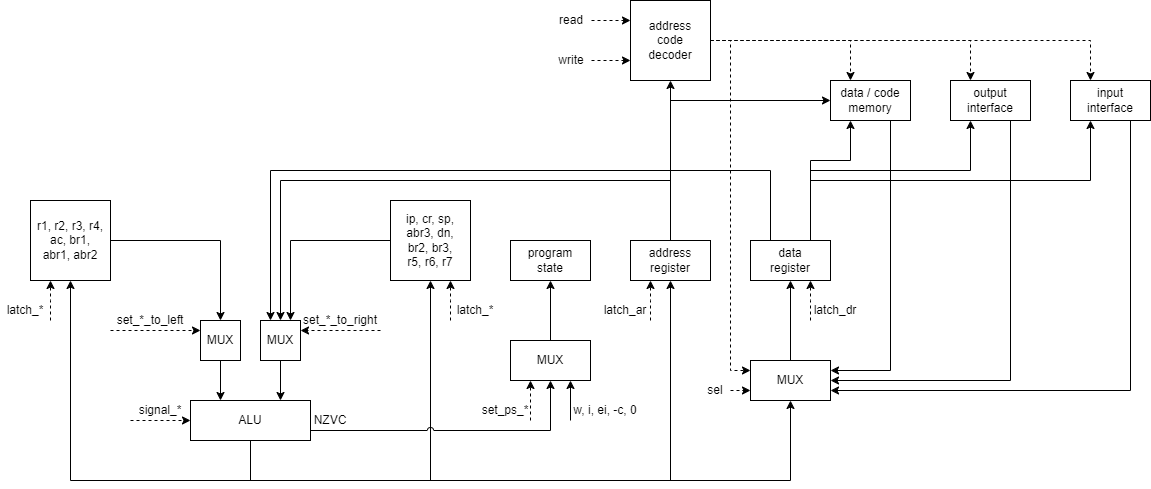
Above: schemas/data_path_v2.png in PashcalE2/CSA_lab3 (draw.io), before the change. Source tidied: cells renumbered, new cells last; positions are measured from the earlier drawing's top-left corner, leaving out a move shared by most shapes.
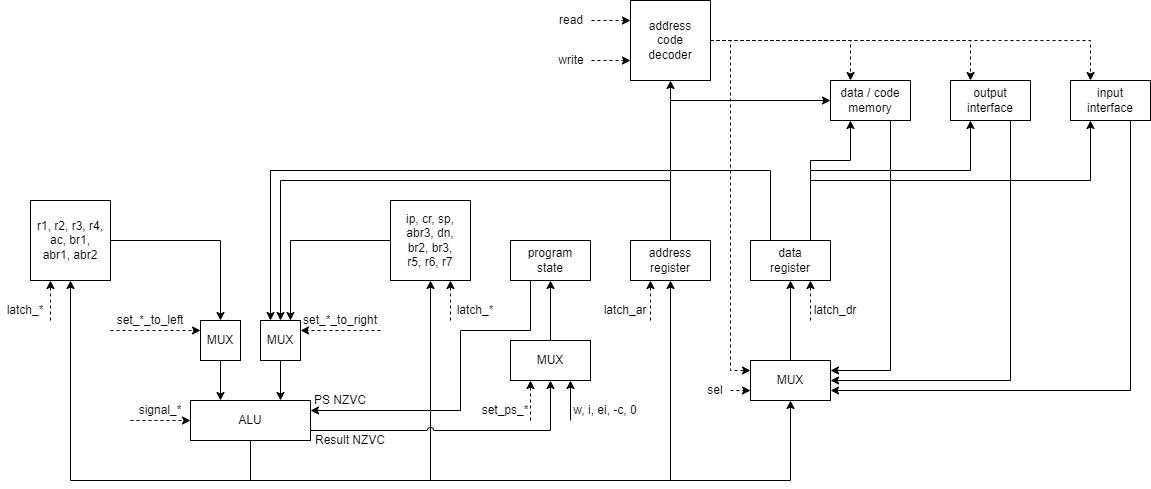
After the commit.

The edit, as a diff of the source:
```diff
@@ -189,6 +189,15 @@
     <mxCell id="39" value="latch_*" style="rounded=0;whiteSpace=wrap;html=1;fillColor=none;strokeColor=none;" parent="1" vertex="1">
       <mxGeometry y="300" width="50" height="20" as="geometry" />
     </mxCell>
+    <mxCell id="66" style="edgeStyle=orthogonalEdgeStyle;rounded=0;jettySize=auto;html=1;exitX=0.25;exitY=1;exitDx=0;exitDy=0;entryX=1;entryY=0.25;entryDx=0;entryDy=0;" parent="1" edge="1" source="40" target="33">
+      <mxGeometry relative="1" as="geometry">
+        <Array as="points">
+          <mxPoint x="530" y="330" />
+          <mxPoint x="460" y="330" />
+          <mxPoint x="460" y="410" />
+        </Array>
+      </mxGeometry>
+    </mxCell>
     <mxCell id="40" value="program&lt;br&gt;state" style="rounded=0;whiteSpace=wrap;html=1;" parent="1" vertex="1">
       <mxGeometry x="510" y="240" width="80" height="40" as="geometry" />
     </mxCell>
@@ -271,8 +280,8 @@
     <mxCell id="57" value="set_ps_*" style="rounded=0;whiteSpace=wrap;html=1;fillColor=none;strokeColor=none;" parent="1" vertex="1">
       <mxGeometry x="480" y="400" width="50" height="20" as="geometry" />
     </mxCell>
-    <mxCell id="58" value="NZVC" style="rounded=0;whiteSpace=wrap;html=1;fillColor=none;strokeColor=none;" parent="1" vertex="1">
-      <mxGeometry x="310" y="410" width="40" height="20" as="geometry" />
+    <mxCell id="58" value="Result NZVC" style="rounded=0;whiteSpace=wrap;html=1;fillColor=none;strokeColor=none;" parent="1" vertex="1">
+      <mxGeometry x="310" y="430" width="80" height="20" as="geometry" />
     </mxCell>
     <mxCell id="59" style="edgeStyle=orthogonalEdgeStyle;rounded=0;jettySize=auto;html=1;exitX=0;exitY=1;exitDx=0;exitDy=0;entryX=0.75;entryY=1;entryDx=0;entryDy=0;" parent="1" edge="1" source="60" target="63">
       <mxGeometry relative="1" as="geometry">
@@ -304,5 +313,8 @@
     <mxCell id="65" value="sel" style="rounded=0;whiteSpace=wrap;html=1;fillColor=none;strokeColor=none;" parent="1" vertex="1">
       <mxGeometry x="700" y="380" width="30" height="20" as="geometry" />
     </mxCell>
+    <mxCell id="67" value="PS NZVC" style="rounded=0;whiteSpace=wrap;html=1;fillColor=none;strokeColor=none;" parent="1" vertex="1">
+      <mxGeometry x="310" y="390" width="60" height="20" as="geometry" />
+    </mxCell>
   </root>
 </mxGraphModel>
```
